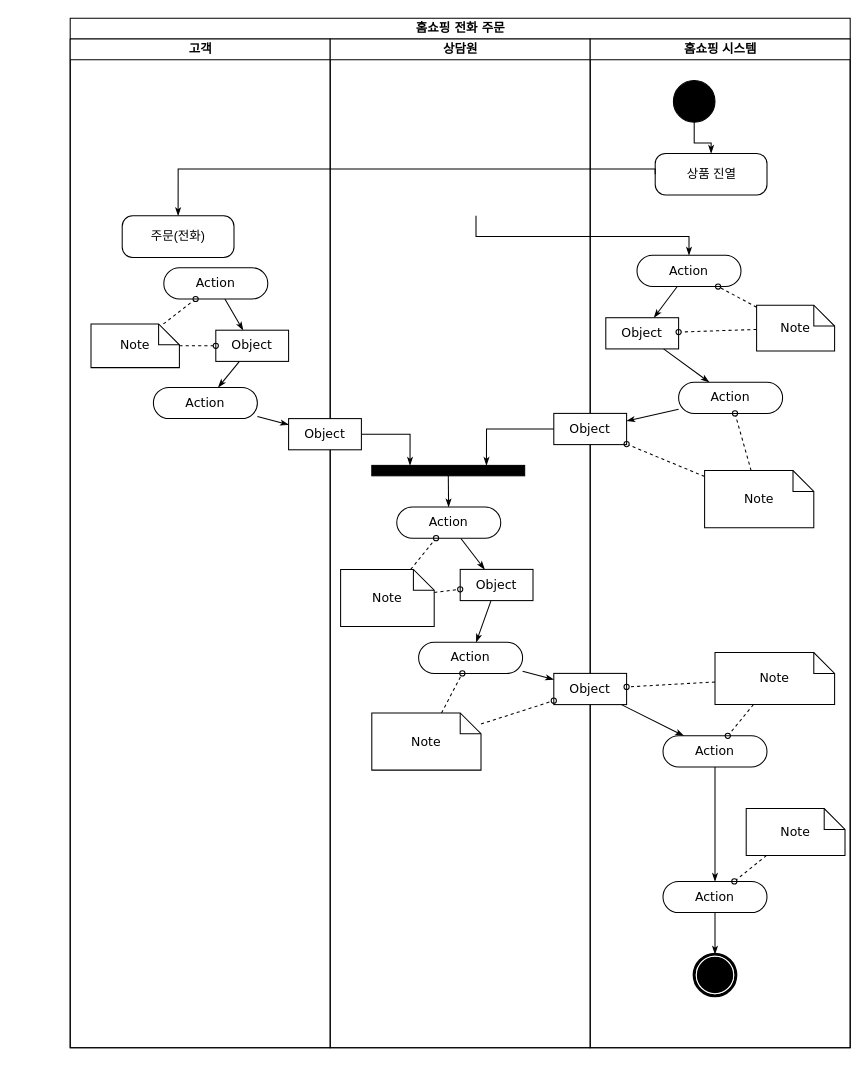
This is 액티비티 다이어그램.drawio from hyun10144/Lecture3-1, a draw.io file, before an edit. Source tidied: cells renumbered, new cells numbered last; positions are measured from the earlier drawing's top-left corner, leaving out a move shared by most shapes. Both pictures are drawn from the tidied source at 104%, with x=0, y=0 at pixel (70, 18).
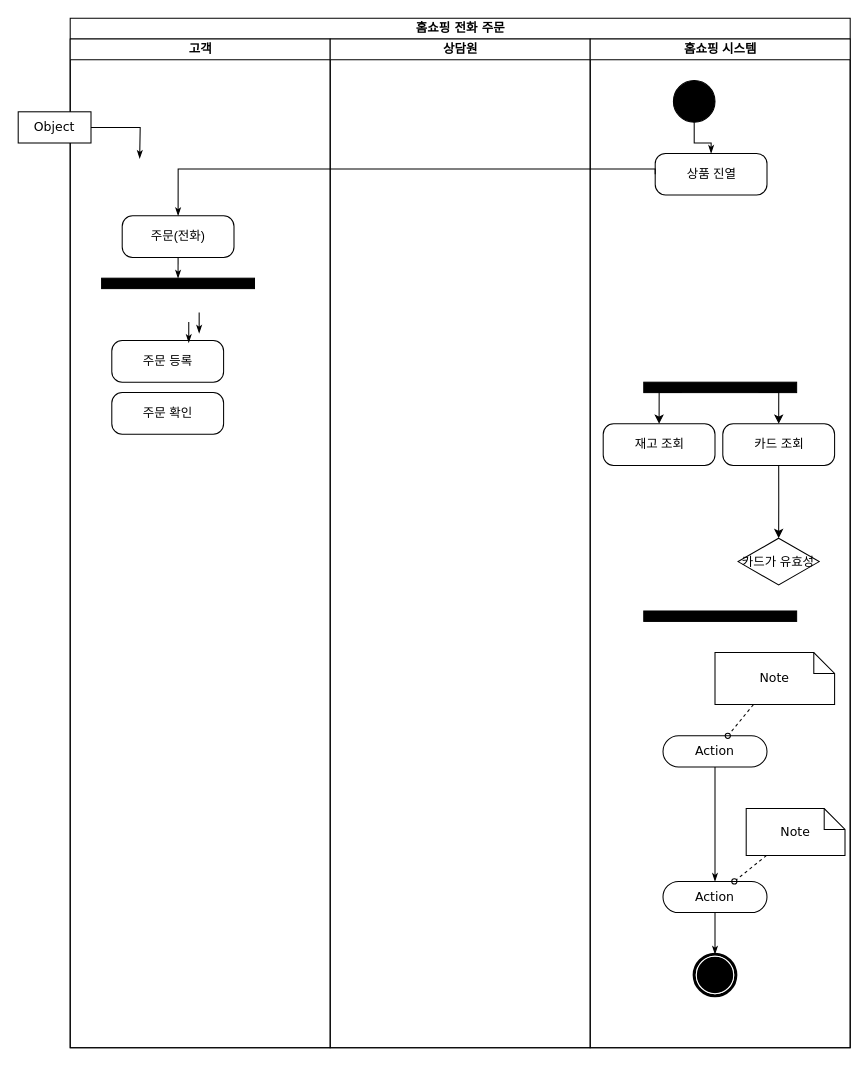
Above is the later version.

Commit message (it also covers changes not shown here):
액티비티 다이어그램.drawio 업데이트

The change refers to these unchanged cells:
```xml
<mxCell id="2" value="홈쇼핑 전화 주문" style="swimlane;html=1;startSize=20;rounded=0;shadow=0;comic=0;labelBackgroundColor=none;strokeWidth=1;fontFamily=Verdana;fontSize=12;align=center;" parent="1" vertex="1">
  <mxGeometry width="750" height="990" as="geometry" />
</mxCell>
<mxCell id="3" value="고객" style="swimlane;html=1;startSize=20;" parent="2" vertex="1">
  <mxGeometry y="20" width="250" height="970" as="geometry" />
</mxCell>
<mxCell id="12" value="주문(전화)" style="html=1;dashed=0;rounded=1;absoluteArcSize=1;arcSize=20;verticalAlign=middle;align=center;whiteSpace=wrap;" parent="3" vertex="1">
  <mxGeometry x="50" y="170" width="107.5" height="40" as="geometry" />
</mxCell>
<mxCell id="13" value="상담원" style="swimlane;html=1;startSize=20;" parent="2" vertex="1">
  <mxGeometry x="250" y="20" width="250" height="970" as="geometry" />
</mxCell>
<mxCell id="28" value="홈쇼핑 시스템" style="swimlane;html=1;startSize=20;" parent="2" vertex="1">
  <mxGeometry x="500" y="20" width="250" height="970" as="geometry" />
</mxCell>
<mxCell id="41" value="Action" style="rounded=1;whiteSpace=wrap;html=1;shadow=0;comic=0;labelBackgroundColor=none;strokeWidth=1;fontFamily=Verdana;fontSize=12;align=center;arcSize=50;" parent="28" vertex="1">
  <mxGeometry x="70" y="670" width="100" height="30" as="geometry" />
</mxCell>
<mxCell id="53" value="Note" style="shape=note;whiteSpace=wrap;html=1;rounded=0;shadow=0;comic=0;labelBackgroundColor=none;strokeWidth=1;fontFamily=Verdana;fontSize=12;align=center;size=20;" parent="28" vertex="1">
  <mxGeometry x="120" y="590" width="115" height="50" as="geometry" />
</mxCell>
```

Diff of the diagram source:
```diff
@@
-    <mxCell id="4" style="edgeStyle=none;rounded=0;html=1;labelBackgroundColor=none;startArrow=none;startFill=0;startSize=5;endArrow=classicThin;endFill=1;endSize=5;jettySize=auto;strokeWidth=1;fontFamily=Verdana;fontSize=12;" parent="3" edge="1" source="5" target="8">
-      <mxGeometry relative="1" as="geometry" />
-    </mxCell>
-    <mxCell id="5" value="Action" style="rounded=1;whiteSpace=wrap;html=1;shadow=0;comic=0;labelBackgroundColor=none;strokeWidth=1;fontFamily=Verdana;fontSize=12;align=center;arcSize=50;" parent="3" vertex="1">
-      <mxGeometry x="90" y="220" width="100" height="30" as="geometry" />
-    </mxCell>
-    <mxCell id="6" value="Action" style="rounded=1;whiteSpace=wrap;html=1;shadow=0;comic=0;labelBackgroundColor=none;strokeWidth=1;fontFamily=Verdana;fontSize=12;align=center;arcSize=50;" parent="3" vertex="1">
-      <mxGeometry x="80" y="335" width="100" height="30" as="geometry" />
-    </mxCell>
-    <mxCell id="7" style="edgeStyle=none;rounded=0;html=1;labelBackgroundColor=none;startArrow=none;startFill=0;startSize=5;endArrow=classicThin;endFill=1;endSize=5;jettySize=auto;strokeWidth=1;fontFamily=Verdana;fontSize=12;" parent="3" edge="1" source="8" target="6">
-      <mxGeometry relative="1" as="geometry" />
-    </mxCell>
-    <mxCell id="8" value="Object" style="rounded=0;whiteSpace=wrap;html=1;shadow=0;comic=0;labelBackgroundColor=none;strokeWidth=1;fontFamily=Verdana;fontSize=12;align=center;arcSize=50;" parent="3" vertex="1">
-      <mxGeometry x="140" y="280" width="70" height="30" as="geometry" />
-    </mxCell>
-    <mxCell id="9" style="edgeStyle=none;rounded=0;html=1;labelBackgroundColor=none;startArrow=none;startFill=0;startSize=5;endArrow=oval;endFill=0;endSize=5;jettySize=auto;strokeWidth=1;fontFamily=Verdana;fontSize=12;dashed=1;" parent="3" edge="1" source="11" target="5">
-      <mxGeometry relative="1" as="geometry" />
-    </mxCell>
-    <mxCell id="10" style="edgeStyle=none;rounded=0;html=1;dashed=1;labelBackgroundColor=none;startArrow=none;startFill=0;startSize=5;endArrow=oval;endFill=0;endSize=5;jettySize=auto;strokeWidth=1;fontFamily=Verdana;fontSize=12;" parent="3" edge="1" source="11" target="8">
-      <mxGeometry relative="1" as="geometry" />
-    </mxCell>
-    <mxCell id="11" value="Note" style="shape=note;whiteSpace=wrap;html=1;rounded=0;shadow=0;comic=0;labelBackgroundColor=none;strokeWidth=1;fontFamily=Verdana;fontSize=12;align=center;size=20;" parent="3" vertex="1">
-      <mxGeometry x="20" y="274" width="85" height="42" as="geometry" />
-    </mxCell>
@@
+    <mxCell id="63" style="rounded=0;html=1;labelBackgroundColor=none;startArrow=none;startFill=0;startSize=5;endArrow=classicThin;endFill=1;endSize=5;jettySize=auto;strokeWidth=1;fontFamily=Verdana;fontSize=12;exitX=0.5;exitY=1;exitDx=0;exitDy=0;entryX=0.5;entryY=0;entryDx=0;entryDy=0;" parent="3" edge="1" source="12" target="64">
+      <mxGeometry relative="1" as="geometry" />
+    </mxCell>
+    <mxCell id="64" style="whiteSpace=wrap;html=1;rounded=0;shadow=0;comic=0;labelBackgroundColor=none;strokeWidth=1;fillColor=#000000;fontFamily=Verdana;fontSize=12;align=center;rotation=0;" parent="3" vertex="1">
+      <mxGeometry x="30.2" y="230" width="147" height="10" as="geometry" />
+    </mxCell>
+    <mxCell id="65" value="주문 등록" style="html=1;dashed=0;rounded=1;absoluteArcSize=1;arcSize=20;verticalAlign=middle;align=center;whiteSpace=wrap;" parent="3" vertex="1">
+      <mxGeometry x="40" y="290" width="107.5" height="40" as="geometry" />
+    </mxCell>
+    <mxCell id="66" value="주문 확인" style="html=1;dashed=0;rounded=1;absoluteArcSize=1;arcSize=20;verticalAlign=middle;align=center;whiteSpace=wrap;" parent="3" vertex="1">
+      <mxGeometry x="40" y="340" width="107.5" height="40" as="geometry" />
+    </mxCell>
@@
-    <mxCell id="14" style="edgeStyle=none;rounded=0;html=1;labelBackgroundColor=none;startArrow=none;startFill=0;startSize=5;endArrow=classicThin;endFill=1;endSize=5;jettySize=auto;strokeWidth=1;fontFamily=Verdana;fontSize=12;" parent="13" edge="1" source="15" target="21">
-      <mxGeometry relative="1" as="geometry" />
-    </mxCell>
-    <mxCell id="15" value="Action" style="rounded=1;whiteSpace=wrap;html=1;shadow=0;comic=0;labelBackgroundColor=none;strokeWidth=1;fontFamily=Verdana;fontSize=12;align=center;arcSize=50;" parent="13" vertex="1">
-      <mxGeometry x="64" y="450" width="100" height="30" as="geometry" />
-    </mxCell>
-    <mxCell id="16" style="edgeStyle=none;rounded=0;html=1;labelBackgroundColor=none;startArrow=none;startFill=0;startSize=5;endArrow=classicThin;endFill=1;endSize=5;jettySize=auto;strokeWidth=1;fontFamily=Verdana;fontSize=12;" parent="13" edge="1" source="17" target="15">
-      <mxGeometry relative="1" as="geometry" />
-    </mxCell>
-    <mxCell id="17" style="whiteSpace=wrap;html=1;rounded=0;shadow=0;comic=0;labelBackgroundColor=none;strokeWidth=1;fillColor=#000000;fontFamily=Verdana;fontSize=12;align=center;rotation=0;" parent="13" vertex="1">
-      <mxGeometry x="40" y="410" width="147" height="10" as="geometry" />
-    </mxCell>
-    <mxCell id="18" style="edgeStyle=orthogonalEdgeStyle;rounded=0;html=1;entryX=0.25;entryY=0;labelBackgroundColor=none;startArrow=none;startFill=0;startSize=5;endArrow=classicThin;endFill=1;endSize=5;jettySize=auto;strokeWidth=1;fontFamily=Verdana;fontSize=12;" parent="13" edge="1" source="19" target="17">
-      <mxGeometry relative="1" as="geometry" />
-    </mxCell>
-    <mxCell id="19" value="Object" style="rounded=0;whiteSpace=wrap;html=1;shadow=0;comic=0;labelBackgroundColor=none;strokeWidth=1;fontFamily=Verdana;fontSize=12;align=center;arcSize=50;" parent="13" vertex="1">
-      <mxGeometry x="-40" y="365" width="70" height="30" as="geometry" />
-    </mxCell>
-    <mxCell id="20" style="edgeStyle=none;rounded=0;html=1;labelBackgroundColor=none;startArrow=none;startFill=0;startSize=5;endArrow=classicThin;endFill=1;endSize=5;jettySize=auto;strokeWidth=1;fontFamily=Verdana;fontSize=12;" parent="13" edge="1" source="21" target="22">
-      <mxGeometry relative="1" as="geometry" />
-    </mxCell>
-    <mxCell id="21" value="Object" style="rounded=0;whiteSpace=wrap;html=1;shadow=0;comic=0;labelBackgroundColor=none;strokeWidth=1;fontFamily=Verdana;fontSize=12;align=center;arcSize=50;" parent="13" vertex="1">
-      <mxGeometry x="125" y="510" width="70" height="30" as="geometry" />
-    </mxCell>
-    <mxCell id="22" value="Action" style="rounded=1;whiteSpace=wrap;html=1;shadow=0;comic=0;labelBackgroundColor=none;strokeWidth=1;fontFamily=Verdana;fontSize=12;align=center;arcSize=50;" parent="13" vertex="1">
-      <mxGeometry x="85" y="580" width="100" height="30" as="geometry" />
-    </mxCell>
-    <mxCell id="23" style="edgeStyle=none;rounded=0;html=1;dashed=1;labelBackgroundColor=none;startArrow=none;startFill=0;startSize=5;endArrow=oval;endFill=0;endSize=5;jettySize=auto;strokeWidth=1;fontFamily=Verdana;fontSize=12;" parent="13" edge="1" source="25" target="15">
-      <mxGeometry relative="1" as="geometry" />
-    </mxCell>
-    <mxCell id="24" style="edgeStyle=none;rounded=0;html=1;dashed=1;labelBackgroundColor=none;startArrow=none;startFill=0;startSize=5;endArrow=oval;endFill=0;endSize=5;jettySize=auto;strokeWidth=1;fontFamily=Verdana;fontSize=12;" parent="13" edge="1" source="25" target="21">
-      <mxGeometry relative="1" as="geometry" />
-    </mxCell>
-    <mxCell id="25" value="Note" style="shape=note;whiteSpace=wrap;html=1;rounded=0;shadow=0;comic=0;labelBackgroundColor=none;strokeWidth=1;fontFamily=Verdana;fontSize=12;align=center;size=20;" parent="13" vertex="1">
-      <mxGeometry x="10" y="510" width="90" height="55" as="geometry" />
-    </mxCell>
-    <mxCell id="26" style="edgeStyle=none;rounded=0;html=1;dashed=1;labelBackgroundColor=none;startArrow=none;startFill=0;startSize=5;endArrow=oval;endFill=0;endSize=5;jettySize=auto;strokeWidth=1;fontFamily=Verdana;fontSize=12;" parent="13" edge="1" source="27" target="22">
-      <mxGeometry relative="1" as="geometry" />
-    </mxCell>
-    <mxCell id="27" value="Note" style="shape=note;whiteSpace=wrap;html=1;rounded=0;shadow=0;comic=0;labelBackgroundColor=none;strokeWidth=1;fontFamily=Verdana;fontSize=12;align=center;size=20;" parent="13" vertex="1">
-      <mxGeometry x="40" y="648" width="105" height="55" as="geometry" />
-    </mxCell>
@@
-    <mxCell id="31" style="rounded=0;html=1;labelBackgroundColor=none;startArrow=none;startFill=0;startSize=5;endArrow=classicThin;endFill=1;endSize=5;jettySize=auto;strokeWidth=1;fontFamily=Verdana;fontSize=12;" parent="28" edge="1" source="32" target="36">
-      <mxGeometry relative="1" as="geometry" />
-    </mxCell>
-    <mxCell id="32" value="Action" style="rounded=1;whiteSpace=wrap;html=1;shadow=0;comic=0;labelBackgroundColor=none;strokeWidth=1;fontFamily=Verdana;fontSize=12;align=center;arcSize=50;" parent="28" vertex="1">
-      <mxGeometry x="45" y="208" width="100" height="30" as="geometry" />
-    </mxCell>
-    <mxCell id="33" style="edgeStyle=none;rounded=0;html=1;labelBackgroundColor=none;startArrow=none;startFill=0;startSize=5;endArrow=classicThin;endFill=1;endSize=5;jettySize=auto;strokeWidth=1;fontFamily=Verdana;fontSize=12;" parent="28" edge="1" source="34" target="37">
-      <mxGeometry relative="1" as="geometry" />
-    </mxCell>
-    <mxCell id="34" value="Action" style="rounded=1;whiteSpace=wrap;html=1;shadow=0;comic=0;labelBackgroundColor=none;strokeWidth=1;fontFamily=Verdana;fontSize=12;align=center;arcSize=50;" parent="28" vertex="1">
-      <mxGeometry x="85" y="330" width="100" height="30" as="geometry" />
-    </mxCell>
-    <mxCell id="35" style="edgeStyle=none;rounded=0;html=1;labelBackgroundColor=none;startArrow=none;startFill=0;startSize=5;endArrow=classicThin;endFill=1;endSize=5;jettySize=auto;strokeWidth=1;fontFamily=Verdana;fontSize=12;" parent="28" edge="1" source="36" target="34">
-      <mxGeometry relative="1" as="geometry" />
-    </mxCell>
-    <mxCell id="36" value="Object" style="rounded=0;whiteSpace=wrap;html=1;shadow=0;comic=0;labelBackgroundColor=none;strokeWidth=1;fontFamily=Verdana;fontSize=12;align=center;arcSize=50;" parent="28" vertex="1">
-      <mxGeometry x="15" y="268" width="70" height="30" as="geometry" />
-    </mxCell>
-    <mxCell id="37" value="Object" style="rounded=0;whiteSpace=wrap;html=1;shadow=0;comic=0;labelBackgroundColor=none;strokeWidth=1;fontFamily=Verdana;fontSize=12;align=center;arcSize=50;" parent="28" vertex="1">
-      <mxGeometry x="-35" y="360" width="70" height="30" as="geometry" />
-    </mxCell>
-    <mxCell id="38" style="edgeStyle=none;rounded=0;html=1;labelBackgroundColor=none;startArrow=none;startFill=0;startSize=5;endArrow=classicThin;endFill=1;endSize=5;jettySize=auto;strokeWidth=1;fontFamily=Verdana;fontSize=12;" parent="28" edge="1" source="39" target="41">
-      <mxGeometry relative="1" as="geometry" />
-    </mxCell>
-    <mxCell id="39" value="Object" style="rounded=0;whiteSpace=wrap;html=1;shadow=0;comic=0;labelBackgroundColor=none;strokeWidth=1;fontFamily=Verdana;fontSize=12;align=center;arcSize=50;" parent="28" vertex="1">
-      <mxGeometry x="-35" y="610" width="70" height="30" as="geometry" />
-    </mxCell>
@@
-    <mxCell id="45" style="edgeStyle=none;rounded=0;html=1;dashed=1;labelBackgroundColor=none;startArrow=none;startFill=0;startSize=5;endArrow=oval;endFill=0;endSize=5;jettySize=auto;strokeWidth=1;fontFamily=Verdana;fontSize=12;" parent="28" edge="1" source="47" target="32">
-      <mxGeometry relative="1" as="geometry" />
-    </mxCell>
-    <mxCell id="46" style="edgeStyle=none;rounded=0;html=1;dashed=1;labelBackgroundColor=none;startArrow=none;startFill=0;startSize=5;endArrow=oval;endFill=0;endSize=5;jettySize=auto;strokeWidth=1;fontFamily=Verdana;fontSize=12;" parent="28" edge="1" source="47" target="36">
-      <mxGeometry relative="1" as="geometry" />
-    </mxCell>
-    <mxCell id="47" value="Note" style="shape=note;whiteSpace=wrap;html=1;rounded=0;shadow=0;comic=0;labelBackgroundColor=none;strokeWidth=1;fontFamily=Verdana;fontSize=12;align=center;size=20;" parent="28" vertex="1">
-      <mxGeometry x="160" y="256" width="75" height="44" as="geometry" />
-    </mxCell>
-    <mxCell id="48" style="edgeStyle=none;rounded=0;html=1;dashed=1;labelBackgroundColor=none;startArrow=none;startFill=0;startSize=5;endArrow=oval;endFill=0;endSize=5;jettySize=auto;strokeWidth=1;fontFamily=Verdana;fontSize=12;" parent="28" edge="1" source="50" target="34">
-      <mxGeometry relative="1" as="geometry" />
-    </mxCell>
-    <mxCell id="49" style="edgeStyle=none;rounded=0;html=1;dashed=1;labelBackgroundColor=none;startArrow=none;startFill=0;startSize=5;endArrow=oval;endFill=0;endSize=5;jettySize=auto;strokeWidth=1;fontFamily=Verdana;fontSize=12;" parent="28" edge="1" source="50" target="37">
-      <mxGeometry relative="1" as="geometry" />
-    </mxCell>
-    <mxCell id="50" value="Note" style="shape=note;whiteSpace=wrap;html=1;rounded=0;shadow=0;comic=0;labelBackgroundColor=none;strokeWidth=1;fontFamily=Verdana;fontSize=12;align=center;size=20;" parent="28" vertex="1">
-      <mxGeometry x="110" y="415" width="105" height="55" as="geometry" />
-    </mxCell>
@@
-    <mxCell id="52" style="edgeStyle=none;rounded=0;html=1;dashed=1;labelBackgroundColor=none;startArrow=none;startFill=0;startSize=5;endArrow=oval;endFill=0;endSize=5;jettySize=auto;strokeWidth=1;fontFamily=Verdana;fontSize=12;" parent="28" edge="1" source="53" target="39">
-      <mxGeometry relative="1" as="geometry" />
-    </mxCell>
@@
+    <mxCell id="67" style="edgeStyle=orthogonalEdgeStyle;rounded=0;jettySize=auto;html=1;exitX=0.5;exitY=1;exitDx=0;exitDy=0;entryX=0.5;entryY=0;entryDx=0;entryDy=0;" parent="28" edge="1" source="68" target="72">
+      <mxGeometry relative="1" as="geometry" />
+    </mxCell>
+    <mxCell id="68" value="카드 조회" style="html=1;dashed=0;rounded=1;absoluteArcSize=1;arcSize=20;verticalAlign=middle;align=center;whiteSpace=wrap;" parent="28" vertex="1">
+      <mxGeometry x="127.5" y="370" width="107.5" height="40" as="geometry" />
+    </mxCell>
+    <mxCell id="69" value="재고 조회" style="html=1;dashed=0;rounded=1;absoluteArcSize=1;arcSize=20;verticalAlign=middle;align=center;whiteSpace=wrap;" parent="28" vertex="1">
+      <mxGeometry x="12.5" y="370" width="107.5" height="40" as="geometry" />
+    </mxCell>
+    <mxCell id="70" style="edgeStyle=orthogonalEdgeStyle;rounded=0;jettySize=auto;html=1;exitX=0.25;exitY=1;exitDx=0;exitDy=0;entryX=0.5;entryY=0;entryDx=0;entryDy=0;" parent="28" edge="1" source="17" target="69">
+      <mxGeometry relative="1" as="geometry" />
+    </mxCell>
+    <mxCell id="71" style="edgeStyle=orthogonalEdgeStyle;rounded=0;jettySize=auto;html=1;exitX=0.75;exitY=1;exitDx=0;exitDy=0;entryX=0.5;entryY=0;entryDx=0;entryDy=0;" parent="28" edge="1" source="17" target="68">
+      <mxGeometry relative="1" as="geometry" />
+    </mxCell>
+    <mxCell id="17" style="whiteSpace=wrap;html=1;rounded=0;shadow=0;comic=0;labelBackgroundColor=none;strokeWidth=1;fillColor=#000000;fontFamily=Verdana;fontSize=12;align=center;rotation=0;" parent="28" vertex="1">
+      <mxGeometry x="51.5" y="330" width="147" height="10" as="geometry" />
+    </mxCell>
+    <mxCell id="72" value="카드가 유효성" style="rhombus;whiteSpace=wrap;html=1;" parent="28" vertex="1">
+      <mxGeometry x="142.2" y="480" width="78" height="45" as="geometry" />
+    </mxCell>
+    <mxCell id="73" style="whiteSpace=wrap;html=1;rounded=0;shadow=0;comic=0;labelBackgroundColor=none;strokeWidth=1;fillColor=#000000;fontFamily=Verdana;fontSize=12;align=center;rotation=0;" parent="28" vertex="1">
+      <mxGeometry x="51.5" y="550" width="147" height="10" as="geometry" />
+    </mxCell>
@@
-    <mxCell id="58" style="edgeStyle=orthogonalEdgeStyle;rounded=0;html=1;exitX=0.75;exitY=1;labelBackgroundColor=none;startArrow=none;startFill=0;startSize=5;endArrow=classicThin;endFill=1;endSize=5;jettySize=auto;strokeWidth=1;fontFamily=Verdana;fontSize=12;" parent="2" edge="1" target="32">
-      <mxGeometry relative="1" as="geometry">
-        <mxPoint x="390.2" y="190" as="sourcePoint" />
-        <Array as="points">
-          <mxPoint x="390" y="210" />
-          <mxPoint x="595" y="210" />
-        </Array>
-      </mxGeometry>
-    </mxCell>
-    <mxCell id="59" style="edgeStyle=orthogonalEdgeStyle;rounded=0;html=1;entryX=0.75;entryY=0;labelBackgroundColor=none;startArrow=none;startFill=0;startSize=5;endArrow=classicThin;endFill=1;endSize=5;jettySize=auto;strokeWidth=1;fontFamily=Verdana;fontSize=12;" parent="2" edge="1" source="37" target="17">
-      <mxGeometry relative="1" as="geometry" />
-    </mxCell>
-    <mxCell id="60" style="edgeStyle=none;rounded=0;html=1;labelBackgroundColor=none;startArrow=none;startFill=0;startSize=5;endArrow=classicThin;endFill=1;endSize=5;jettySize=auto;strokeWidth=1;fontFamily=Verdana;fontSize=12;" parent="2" edge="1" source="6" target="19">
-      <mxGeometry relative="1" as="geometry" />
-    </mxCell>
-    <mxCell id="61" style="edgeStyle=none;rounded=0;html=1;labelBackgroundColor=none;startArrow=none;startFill=0;startSize=5;endArrow=classicThin;endFill=1;endSize=5;jettySize=auto;strokeWidth=1;fontFamily=Verdana;fontSize=12;" parent="2" edge="1" source="22" target="39">
-      <mxGeometry relative="1" as="geometry" />
-    </mxCell>
-    <mxCell id="62" style="edgeStyle=none;rounded=0;html=1;dashed=1;labelBackgroundColor=none;startArrow=none;startFill=0;startSize=5;endArrow=oval;endFill=0;endSize=5;jettySize=auto;strokeWidth=1;fontFamily=Verdana;fontSize=12;" parent="2" edge="1" source="27" target="39">
-      <mxGeometry relative="1" as="geometry" />
-    </mxCell>
+    <mxCell id="74" style="rounded=0;html=1;labelBackgroundColor=none;startArrow=none;startFill=0;startSize=5;endArrow=classicThin;endFill=1;endSize=5;jettySize=auto;orthogonalLoop=1;strokeWidth=1;fontFamily=Verdana;fontSize=12;exitX=0.5;exitY=1;exitDx=0;exitDy=0;entryX=0.5;entryY=0;entryDx=0;entryDy=0;" parent="1" edge="1">
+      <mxGeometry relative="1" as="geometry">
+        <mxPoint x="114" y="292" as="sourcePoint" />
+        <mxPoint x="114" y="312" as="targetPoint" />
+      </mxGeometry>
+    </mxCell>
+    <mxCell id="75" style="rounded=0;html=1;labelBackgroundColor=none;startArrow=none;startFill=0;startSize=5;endArrow=classicThin;endFill=1;endSize=5;jettySize=auto;orthogonalLoop=1;strokeWidth=1;fontFamily=Verdana;fontSize=12;exitX=0.5;exitY=1;exitDx=0;exitDy=0;entryX=0.5;entryY=0;entryDx=0;entryDy=0;" parent="1" edge="1">
+      <mxGeometry relative="1" as="geometry">
+        <mxPoint x="124" y="283" as="sourcePoint" />
+        <mxPoint x="124" y="303" as="targetPoint" />
+      </mxGeometry>
+    </mxCell>
+    <mxCell id="18" style="edgeStyle=orthogonalEdgeStyle;rounded=0;html=1;entryX=0.25;entryY=0;labelBackgroundColor=none;startArrow=none;startFill=0;startSize=5;endArrow=classicThin;endFill=1;endSize=5;jettySize=auto;strokeWidth=1;fontFamily=Verdana;fontSize=12;" parent="1" edge="1" source="19">
+      <mxGeometry relative="1" as="geometry">
+        <mxPoint x="66.8" y="135" as="targetPoint" />
+      </mxGeometry>
+    </mxCell>
+    <mxCell id="19" value="Object" style="rounded=0;whiteSpace=wrap;html=1;shadow=0;comic=0;labelBackgroundColor=none;strokeWidth=1;fontFamily=Verdana;fontSize=12;align=center;arcSize=50;" parent="1" vertex="1">
+      <mxGeometry x="-50" y="90" width="70" height="30" as="geometry" />
+    </mxCell>
```
